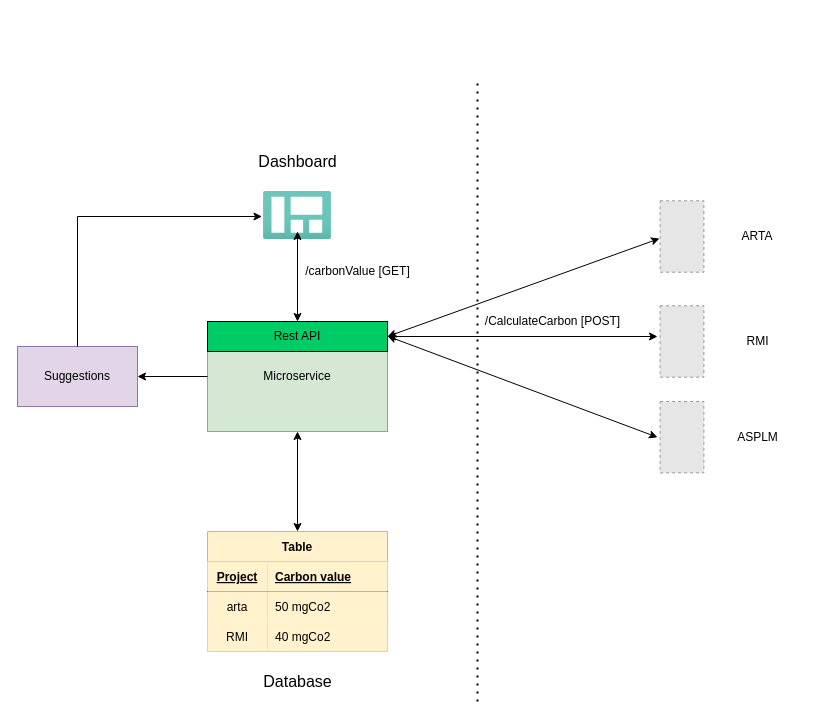
Above: page "Page-1" (1 of 2) of carbonTracker.drawio in Ashwin-Raj18/arch-diagram (draw.io), before the change. Source tidied: cells renumbered, new cells numbered last; positions are measured from the earlier drawing's top-left corner, leaving out a move shared by most shapes. Both pictures are drawn from the tidied source at 100%, with x=0, y=0 at pixel (17, 81). Pictures stored in the file or linked from it are replaced by grey dashed boxes.
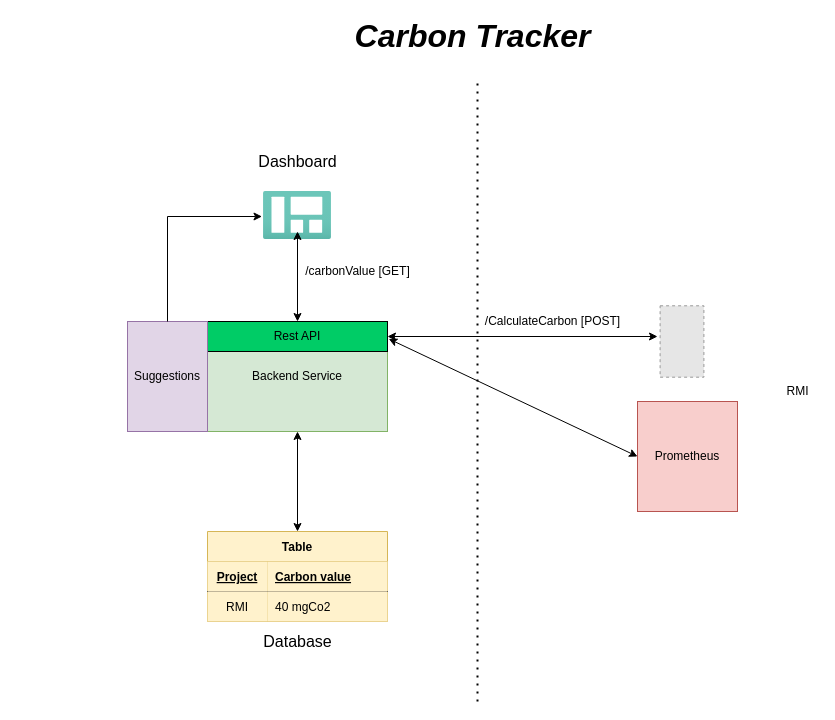
After the change.

The change refers to these unchanged cells:
```xml
<mxCell id="13" style="html=1;points=[];align=center;image;fontSize=12;image=img/lib/azure2/general/Dashboard.svg;" parent="1" vertex="1">
  <mxGeometry x="246" y="110" width="68" height="48" as="geometry" />
</mxCell>
<mxCell id="19" value="Rest API" style="rounded=0;whiteSpace=wrap;html=1;fillColor=#00CC66;" parent="1" vertex="1">
  <mxGeometry x="190" y="240" width="180" height="30" as="geometry" />
</mxCell>
```

Change to the diagram source:
```diff
@@
-<mxGraphModel>
+<mxGraphModel background="#FFFFFF">
@@
-    <mxCell id="2" value="Microservice" style="rounded=0;whiteSpace=wrap;html=1;fillColor=#d5e8d4;strokeColor=#82b366;" parent="1" vertex="1">
+    <mxCell id="2" value="Backend Service" style="rounded=0;whiteSpace=wrap;html=1;fillColor=#d5e8d4;strokeColor=#82b366;" parent="1" vertex="1">
       <mxGeometry x="190" y="240" width="180" height="110" as="geometry" />
     </mxCell>
     <mxCell id="3" value="Table" style="shape=table;startSize=30;childLayout=tableLayout;rowLines=0;fontStyle=1;align=center;fillColor=#FFF2CC;strokeColor=#d6b656;" parent="1" vertex="1">
-      <mxGeometry x="190" y="450" width="180" height="120" as="geometry" />
+      <mxGeometry x="190" y="450" width="180" height="90" as="geometry" />
     </mxCell>
@@
-    <mxCell id="7" style="shape=tableRow;horizontal=0;startSize=0;swimlaneHead=0;swimlaneBody=0;fillColor=none;top=0;left=0;right=0;bottom=0;" parent="3" vertex="1">
-      <mxGeometry y="60" width="180" height="30" as="geometry" />
-    </mxCell>
-    <mxCell id="8" value="arta" style="shape=partialRectangle;fillColor=#fff2cc;top=0;left=0;bottom=0;right=0;overflow=hidden;strokeColor=#d6b656;" parent="7" vertex="1">
-      <mxGeometry width="60" height="30" as="geometry" />
-    </mxCell>
-    <mxCell id="9" value="50 mgCo2" style="shape=partialRectangle;fillColor=#fff2cc;top=0;left=0;bottom=0;right=0;align=left;spacingLeft=6;overflow=hidden;strokeColor=#d6b656;" parent="7" vertex="1">
-      <mxGeometry x="60" width="120" height="30" as="geometry" />
-    </mxCell>
     <mxCell id="10" style="shape=tableRow;horizontal=0;startSize=0;swimlaneHead=0;swimlaneBody=0;fillColor=none;top=0;left=0;right=0;bottom=0;" parent="3" vertex="1">
-      <mxGeometry y="90" width="180" height="30" as="geometry" />
+      <mxGeometry y="60" width="180" height="30" as="geometry" />
     </mxCell>
@@
     <mxCell id="17" value="Database" style="text;html=1;align=center;verticalAlign=middle;strokeColor=none;fillColor=none;fontSize=16;" parent="1" vertex="1">
-      <mxGeometry x="240" y="590" width="80" height="20" as="geometry" />
+      <mxGeometry x="240" y="550" width="80" height="20" as="geometry" />
     </mxCell>
@@
-    <mxCell id="22" style="endArrow=classic;startArrow=classic;html=1;rounded=0;entryX=1;entryY=0.5;entryDx=0;entryDy=0;exitX=0.041;exitY=0.54;exitDx=0;exitDy=0;exitPerimeter=0;" parent="1" edge="1" target="19">
-      <mxGeometry relative="1" as="geometry">
-        <mxPoint x="642" y="157" as="sourcePoint" />
-      </mxGeometry>
-    </mxCell>
-    <mxCell id="23" style="endArrow=classic;startArrow=classic;html=1;rounded=0;entryX=1;entryY=0.133;entryDx=0;entryDy=0;entryPerimeter=0;" parent="1" edge="1" target="2">
-      <mxGeometry relative="1" as="geometry">
-        <mxPoint x="640" y="355.8" as="sourcePoint" />
-      </mxGeometry>
-    </mxCell>
@@
-    <mxCell id="25" value="ARTA" style="text;html=1;strokeColor=none;fillColor=none;align=center;verticalAlign=middle;whiteSpace=wrap;rounded=0;" parent="1" vertex="1">
-      <mxGeometry x="710" y="140" width="60" height="30" as="geometry" />
-    </mxCell>
     <mxCell id="26" value="RMI" style="text;html=1;align=center;verticalAlign=middle;strokeColor=none;fillColor=none;" parent="1" vertex="1">
-      <mxGeometry x="720" y="250" width="40" height="20" as="geometry" />
+      <mxGeometry x="760" y="300" width="40" height="20" as="geometry" />
     </mxCell>
-    <mxCell id="27" value="ASPLM" style="text;html=1;align=center;verticalAlign=middle;strokeColor=none;fillColor=none;" parent="1" vertex="1">
-      <mxGeometry x="710" y="345.7" width="60" height="20" as="geometry" />
-    </mxCell>
-    <mxCell id="28" style="fillColor=#E6E6E6;strokeColor=#999999;dashed=1;verticalLabelPosition=bottom;verticalAlign=top;" parent="1" vertex="1">
-      <mxGeometry x="642.6" y="119.3" width="43.8" height="71.4" as="geometry" />
-    </mxCell>
@@
-    <mxCell id="30" style="fillColor=#E6E6E6;strokeColor=#999999;dashed=1;verticalLabelPosition=bottom;verticalAlign=top;" parent="1" vertex="1">
-      <mxGeometry x="642.6" y="320" width="43.8" height="71.4" as="geometry" />
-    </mxCell>
     <mxCell id="31" value="Suggestions" style="rounded=0;whiteSpace=wrap;html=1;fillColor=#e1d5e7;strokeColor=#9673a6;" parent="1" vertex="1">
-      <mxGeometry y="265" width="120" height="60" as="geometry" />
+      <mxGeometry x="110" y="240" width="80" height="110" as="geometry" />
     </mxCell>
-    <mxCell id="32" style="endArrow=classic;html=1;rounded=0;exitX=0;exitY=0.5;exitDx=0;exitDy=0;entryX=1;entryY=0.5;entryDx=0;entryDy=0;" parent="1" edge="1" source="2" target="31">
-      <mxGeometry relative="1" as="geometry" />
-    </mxCell>
     <mxCell id="33" style="endArrow=classic;html=1;rounded=0;exitX=0.5;exitY=0;exitDx=0;exitDy=0;entryX=-0.022;entryY=0.521;entryDx=0;entryDy=0;entryPerimeter=0;" parent="1" edge="1" source="31" target="13">
       <mxGeometry relative="1" as="geometry">
         <Array as="points">
-          <mxPoint x="60" y="135" />
+          <mxPoint x="150" y="135" />
         </Array>
       </mxGeometry>
     </mxCell>
+    <mxCell id="34" value="Prometheus" style="rounded=0;whiteSpace=wrap;html=1;fillColor=#f8cecc;strokeColor=#b85450;" parent="1" vertex="1">
+      <mxGeometry x="620" y="320" width="100" height="110" as="geometry" />
+    </mxCell>
+    <mxCell id="35" style="endArrow=classic;startArrow=classic;html=1;rounded=0;entryX=0;entryY=0.5;entryDx=0;entryDy=0;exitX=1.007;exitY=0.158;exitDx=0;exitDy=0;exitPerimeter=0;" parent="1" edge="1" source="2" target="34">
+      <mxGeometry relative="1" as="geometry" />
+    </mxCell>
+    <mxCell id="36" value="&lt;font style=&quot;font-size: 32px;&quot;&gt;&lt;i style=&quot;&quot;&gt;&lt;b&gt;Carbon Tracker&lt;/b&gt;&lt;/i&gt;&lt;/font&gt;" style="text;html=1;align=center;verticalAlign=middle;strokeColor=none;fillColor=none;" parent="1" vertex="1">
+      <mxGeometry x="330" y="-60" width="250" height="30" as="geometry" />
+    </mxCell>
```
